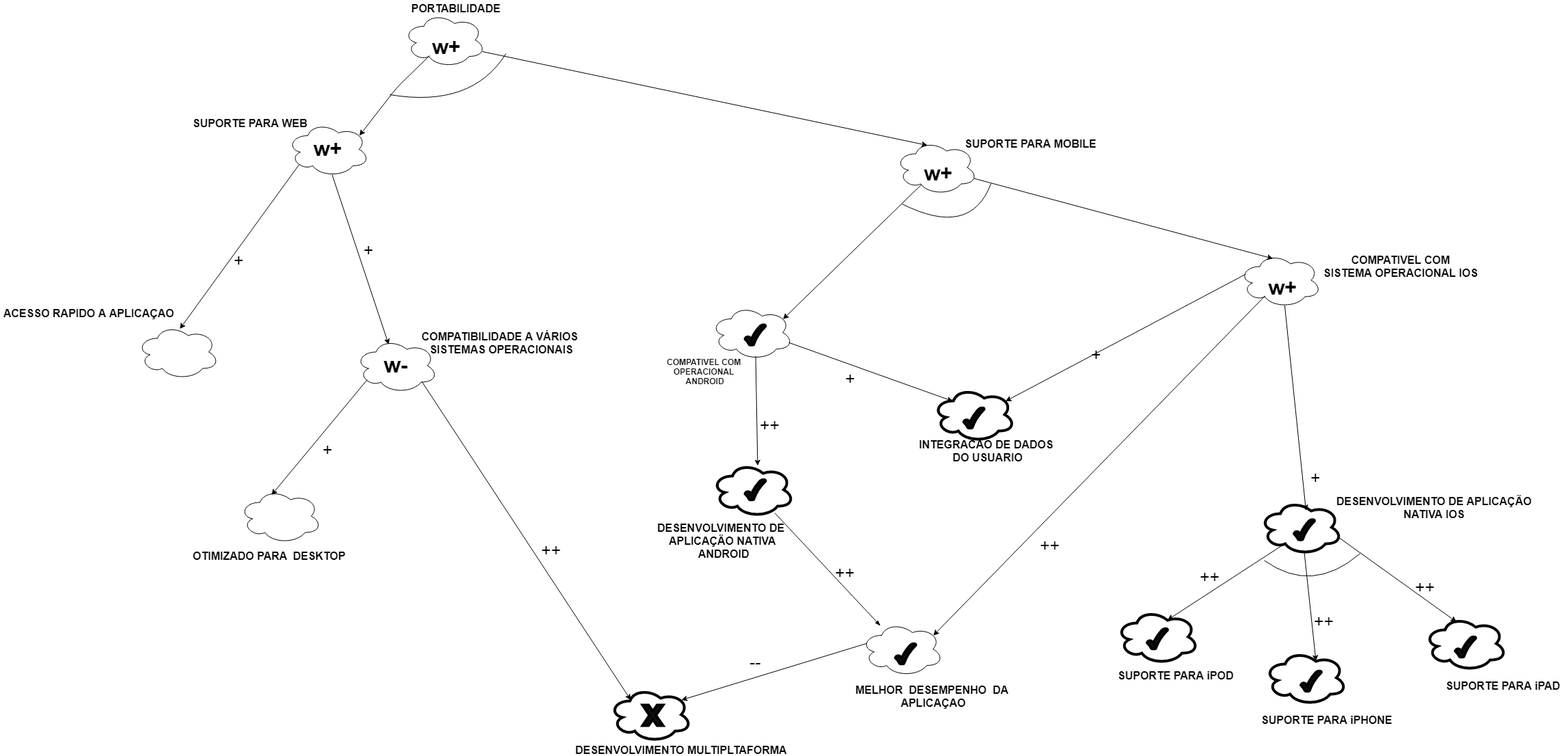
Before: NRF_Istar/Portabilidade.png, a diagram exported from draw.io (Andre-Eduardo/2019.1-Requisitos-Moovit). Source tidied: cells renumbered, new cells last; positions are measured from the earlier drawing's top-left corner, leaving out a move shared by most shapes.
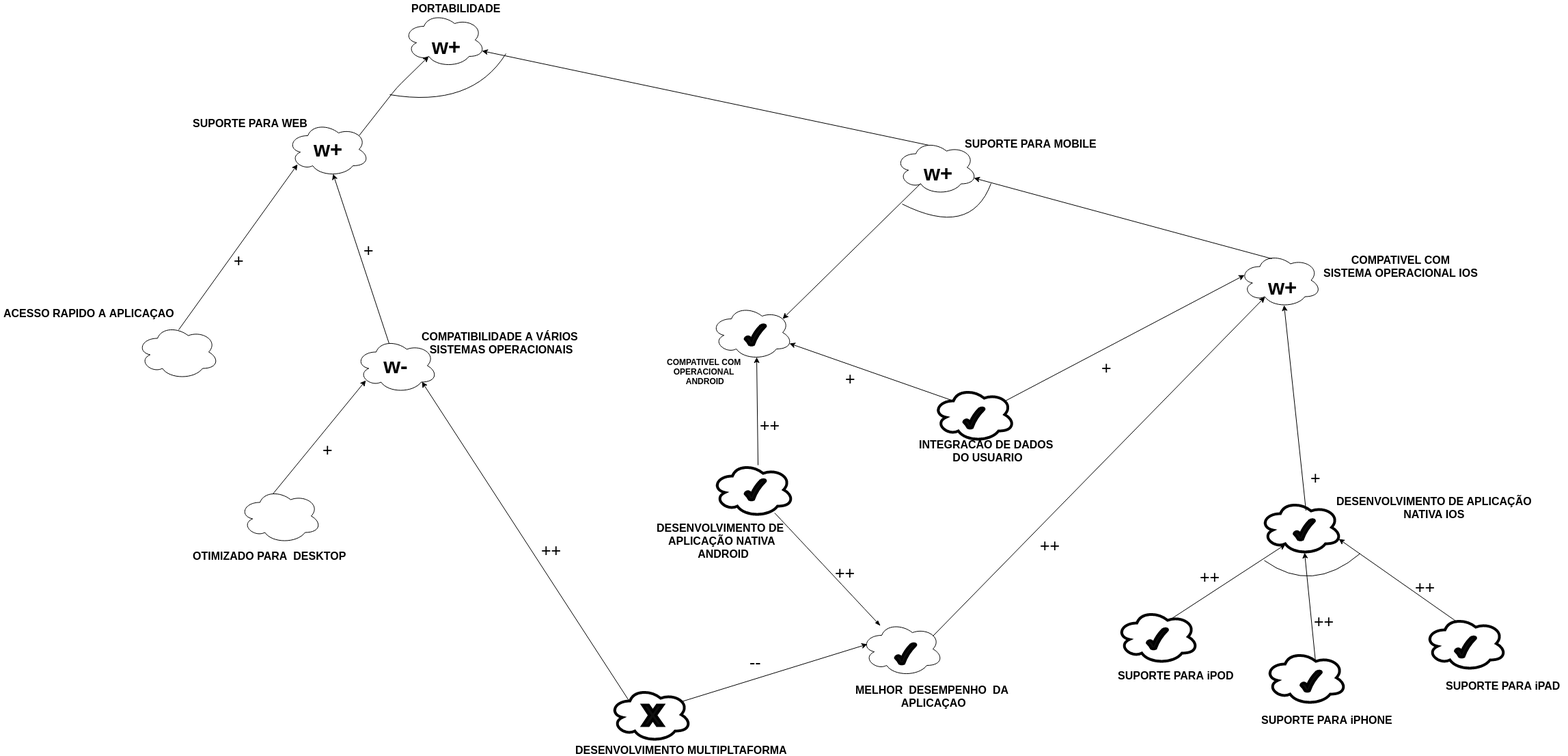
The same file after the commit.

Diff of the diagram source:
```diff
@@ -95,49 +95,49 @@
     <mxCell id="32" value="&lt;div style=&quot;text-align: center ; font-size: 16px&quot;&gt;&lt;b&gt;&lt;font style=&quot;font-size: 16px&quot;&gt;INTEGRACAO DE DADOS&amp;nbsp;&lt;/font&gt;&lt;/b&gt;&lt;/div&gt;&lt;div style=&quot;text-align: center ; font-size: 16px&quot;&gt;&lt;b&gt;&lt;font style=&quot;font-size: 16px&quot;&gt;DO USUARIO&lt;/font&gt;&lt;/b&gt;&lt;/div&gt;" style="text;align=center;verticalAlign=middle;spacingTop=-4;html=1;" parent="1" vertex="1">
       <mxGeometry x="1335" y="646" width="220" height="30" as="geometry" />
     </mxCell>
-    <mxCell id="33" style="endArrow=classic;html=1;exitX=0.31;exitY=0.8;exitDx=0;exitDy=0;exitPerimeter=0;entryX=0.88;entryY=0.25;entryDx=0;entryDy=0;entryPerimeter=0;" parent="1" edge="1" source="2" target="14">
+    <mxCell id="33" style="endArrow=classic;html=1;exitX=0.88;exitY=0.25;exitDx=0;exitDy=0;exitPerimeter=0;entryX=0.31;entryY=0.8;entryDx=0;entryDy=0;entryPerimeter=0;" parent="1" edge="1" source="14" target="2">
       <mxGeometry relative="1" as="geometry">
         <Array as="points">
           <mxPoint x="580" y="128" />
         </Array>
       </mxGeometry>
     </mxCell>
-    <mxCell id="34" style="endArrow=classic;html=1;entryX=0.4;entryY=0.1;entryDx=0;entryDy=0;entryPerimeter=0;exitX=0.96;exitY=0.7;exitDx=0;exitDy=0;exitPerimeter=0;" parent="1" edge="1" source="2" target="3">
+    <mxCell id="34" style="endArrow=classic;html=1;entryX=0.96;entryY=0.7;entryDx=0;entryDy=0;entryPerimeter=0;exitX=0.4;exitY=0.1;exitDx=0;exitDy=0;exitPerimeter=0;" parent="1" edge="1" source="3" target="2">
       <mxGeometry relative="1" as="geometry" />
     </mxCell>
-    <mxCell id="35" style="endArrow=classic;html=1;entryX=0.511;entryY=0.09;entryDx=0;entryDy=0;entryPerimeter=0;exitX=0.13;exitY=0.77;exitDx=0;exitDy=0;exitPerimeter=0;" parent="1" edge="1" source="14" target="18">
+    <mxCell id="35" style="endArrow=classic;html=1;entryX=0.13;entryY=0.77;entryDx=0;entryDy=0;entryPerimeter=0;exitX=0.511;exitY=0.09;exitDx=0;exitDy=0;exitPerimeter=0;" parent="1" edge="1" source="18" target="14">
       <mxGeometry relative="1" as="geometry" />
     </mxCell>
-    <mxCell id="36" style="endArrow=classic;html=1;entryX=0.4;entryY=0.1;entryDx=0;entryDy=0;entryPerimeter=0;exitX=0.55;exitY=0.95;exitDx=0;exitDy=0;exitPerimeter=0;" parent="1" edge="1" source="14" target="16">
+    <mxCell id="36" style="endArrow=classic;html=1;entryX=0.55;entryY=0.95;entryDx=0;entryDy=0;entryPerimeter=0;exitX=0.4;exitY=0.1;exitDx=0;exitDy=0;exitPerimeter=0;" parent="1" edge="1" source="16" target="14">
       <mxGeometry relative="1" as="geometry" />
     </mxCell>
-    <mxCell id="37" style="endArrow=classic;html=1;entryX=0.4;entryY=0.1;entryDx=0;entryDy=0;entryPerimeter=0;exitX=0.13;exitY=0.77;exitDx=0;exitDy=0;exitPerimeter=0;" parent="1" edge="1" source="16" target="17">
+    <mxCell id="37" style="endArrow=classic;html=1;entryX=0.13;entryY=0.77;entryDx=0;entryDy=0;entryPerimeter=0;exitX=0.4;exitY=0.1;exitDx=0;exitDy=0;exitPerimeter=0;" parent="1" edge="1" source="17" target="16">
       <mxGeometry relative="1" as="geometry" />
     </mxCell>
-    <mxCell id="38" style="endArrow=classic;html=1;entryX=0.88;entryY=0.25;entryDx=0;entryDy=0;entryPerimeter=0;exitX=0.07;exitY=0.4;exitDx=0;exitDy=0;exitPerimeter=0;" parent="1" edge="1" source="4" target="15">
+    <mxCell id="38" style="endArrow=classic;html=1;entryX=0.07;entryY=0.4;entryDx=0;entryDy=0;entryPerimeter=0;exitX=0.88;exitY=0.25;exitDx=0;exitDy=0;exitPerimeter=0;" parent="1" edge="1" source="15" target="4">
       <mxGeometry relative="1" as="geometry" />
     </mxCell>
     <mxCell id="39" style="endArrow=classic;html=1;entryX=0.88;entryY=0.25;entryDx=0;entryDy=0;entryPerimeter=0;exitX=0.31;exitY=0.8;exitDx=0;exitDy=0;exitPerimeter=0;" parent="1" edge="1" source="3" target="9">
       <mxGeometry relative="1" as="geometry" />
     </mxCell>
-    <mxCell id="40" style="endArrow=classic;html=1;entryX=0.4;entryY=0.1;entryDx=0;entryDy=0;entryPerimeter=0;exitX=0.96;exitY=0.7;exitDx=0;exitDy=0;exitPerimeter=0;" parent="1" edge="1" source="3" target="4">
+    <mxCell id="40" style="endArrow=classic;html=1;entryX=0.96;entryY=0.7;entryDx=0;entryDy=0;entryPerimeter=0;exitX=0.4;exitY=0.1;exitDx=0;exitDy=0;exitPerimeter=0;" parent="1" edge="1" source="4" target="3">
       <mxGeometry relative="1" as="geometry" />
     </mxCell>
-    <mxCell id="41" style="endArrow=classic;html=1;exitX=0.55;exitY=0.95;exitDx=0;exitDy=0;exitPerimeter=0;entryX=0.558;entryY=0.044;entryDx=0;entryDy=0;entryPerimeter=0;" parent="1" edge="1" source="9" target="11">
+    <mxCell id="41" style="endArrow=classic;html=1;exitX=0.558;exitY=0.044;exitDx=0;exitDy=0;exitPerimeter=0;entryX=0.55;entryY=0.95;entryDx=0;entryDy=0;entryPerimeter=0;" parent="1" edge="1" source="11" target="9">
       <mxGeometry relative="1" as="geometry" />
     </mxCell>
-    <mxCell id="42" style="endArrow=classic;html=1;entryX=0.625;entryY=0.2;entryDx=0;entryDy=0;entryPerimeter=0;exitX=0.31;exitY=0.8;exitDx=0;exitDy=0;exitPerimeter=0;" parent="1" edge="1" source="5" target="6">
+    <mxCell id="42" style="endArrow=classic;html=1;entryX=0.31;entryY=0.8;entryDx=0;entryDy=0;entryPerimeter=0;exitX=0.625;exitY=0.2;exitDx=0;exitDy=0;exitPerimeter=0;" parent="1" edge="1" source="6" target="5">
       <mxGeometry relative="1" as="geometry" />
     </mxCell>
-    <mxCell id="43" style="endArrow=classic;html=1;exitX=0.55;exitY=0.95;exitDx=0;exitDy=0;exitPerimeter=0;entryX=0.625;entryY=0.2;entryDx=0;entryDy=0;entryPerimeter=0;" parent="1" edge="1" source="5" target="8">
+    <mxCell id="43" style="endArrow=classic;html=1;exitX=0.625;exitY=0.2;exitDx=0;exitDy=0;exitPerimeter=0;entryX=0.55;entryY=0.95;entryDx=0;entryDy=0;entryPerimeter=0;" parent="1" edge="1" source="8" target="5">
       <mxGeometry relative="1" as="geometry" />
     </mxCell>
-    <mxCell id="44" style="endArrow=classic;html=1;entryX=0.4;entryY=0.1;entryDx=0;entryDy=0;entryPerimeter=0;exitX=0.96;exitY=0.7;exitDx=0;exitDy=0;exitPerimeter=0;" parent="1" edge="1" source="5" target="7">
+    <mxCell id="44" style="endArrow=classic;html=1;entryX=0.96;entryY=0.7;entryDx=0;entryDy=0;entryPerimeter=0;exitX=0.4;exitY=0.1;exitDx=0;exitDy=0;exitPerimeter=0;" parent="1" edge="1" source="7" target="5">
       <mxGeometry relative="1" as="geometry" />
     </mxCell>
-    <mxCell id="45" style="endArrow=classic;html=1;exitX=0.55;exitY=0.95;exitDx=0;exitDy=0;exitPerimeter=0;" parent="1" edge="1" source="4">
+    <mxCell id="45" style="endArrow=classic;html=1;exitX=0.55;exitY=0.95;exitDx=0;exitDy=0;exitPerimeter=0;entryX=0.55;entryY=0.95;entryDx=0;entryDy=0;entryPerimeter=0;" parent="1" edge="1" target="4">
       <mxGeometry relative="1" as="geometry">
-        <mxPoint x="1911" y="746.5" as="targetPoint" />
+        <mxPoint x="1911" y="746.5" as="sourcePoint" />
       </mxGeometry>
     </mxCell>
     <mxCell id="46" style="endArrow=none;html=1;jumpStyle=arc;jumpSize=18;curved=1;endFill=0;" parent="1" edge="1">
@@ -158,7 +158,7 @@
         </Array>
       </mxGeometry>
     </mxCell>
-    <mxCell id="48" style="endArrow=classic;html=1;entryX=0.25;entryY=0.25;entryDx=0;entryDy=0;entryPerimeter=0;exitX=0.96;exitY=0.7;exitDx=0;exitDy=0;exitPerimeter=0;" parent="1" edge="1" source="9" target="15">
+    <mxCell id="48" style="endArrow=classic;html=1;entryX=0.96;entryY=0.7;entryDx=0;entryDy=0;entryPerimeter=0;exitX=0.25;exitY=0.25;exitDx=0;exitDy=0;exitPerimeter=0;" parent="1" edge="1" source="15" target="9">
       <mxGeometry relative="1" as="geometry" />
     </mxCell>
     <mxCell id="49" style="endArrow=none;html=1;jumpStyle=arc;jumpSize=18;curved=1;endFill=0;" parent="1" edge="1">
@@ -183,7 +183,7 @@
       <mxGeometry x="1915.5" y="681" width="30" height="20" as="geometry" />
     </mxCell>
     <mxCell id="54" value="&lt;div style=&quot;text-align: center&quot;&gt;&lt;span style=&quot;font-size: 25px&quot;&gt;+&lt;/span&gt;&lt;/div&gt;" style="text;html=1;align=left;verticalAlign=top;spacingTop=-4;" parent="1" vertex="1">
-      <mxGeometry x="1595" y="501" width="30" height="20" as="geometry" />
+      <mxGeometry x="1610" y="519.5" width="30" height="20" as="geometry" />
     </mxCell>
     <mxCell id="55" value="&lt;div style=&quot;text-align: center&quot;&gt;&lt;span style=&quot;font-size: 25px&quot;&gt;+&lt;/span&gt;&lt;/div&gt;" style="text;html=1;align=left;verticalAlign=top;spacingTop=-4;" parent="1" vertex="1">
       <mxGeometry x="1235" y="536" width="30" height="20" as="geometry" />
@@ -206,13 +206,13 @@
     <mxCell id="61" value="&lt;div style=&quot;text-align: center ; font-size: 16px&quot;&gt;&lt;b&gt;&lt;font style=&quot;font-size: 16px&quot;&gt;MELHOR&amp;nbsp; DESEMPENHO&amp;nbsp; DA&lt;/font&gt;&lt;/b&gt;&lt;/div&gt;&lt;div style=&quot;text-align: center ; font-size: 16px&quot;&gt;&lt;b&gt;&lt;font style=&quot;font-size: 16px&quot;&gt;&amp;nbsp;APLICAÇAO&lt;/font&gt;&lt;/b&gt;&lt;/div&gt;" style="text;html=1;align=left;verticalAlign=top;spacingTop=-4;" parent="1" vertex="1">
       <mxGeometry x="1250" y="997" width="240" height="30" as="geometry" />
     </mxCell>
-    <mxCell id="62" style="endArrow=classic;html=1;exitX=0.31;exitY=0.8;exitDx=0;exitDy=0;exitPerimeter=0;entryX=0.88;entryY=0.25;entryDx=0;entryDy=0;entryPerimeter=0;" parent="1" edge="1" source="4" target="12">
+    <mxCell id="62" style="endArrow=classic;html=1;exitX=0.88;exitY=0.25;exitDx=0;exitDy=0;exitPerimeter=0;entryX=0.31;entryY=0.8;entryDx=0;entryDy=0;entryPerimeter=0;" parent="1" edge="1" source="12" target="4">
       <mxGeometry relative="1" as="geometry" />
     </mxCell>
-    <mxCell id="63" style="endArrow=classic;html=1;exitX=0.8;exitY=0.8;exitDx=0;exitDy=0;exitPerimeter=0;entryX=0.25;entryY=0.25;entryDx=0;entryDy=0;entryPerimeter=0;" parent="1" edge="1" source="16" target="13">
+    <mxCell id="63" style="endArrow=classic;html=1;exitX=0.25;exitY=0.25;exitDx=0;exitDy=0;exitPerimeter=0;entryX=0.8;entryY=0.8;entryDx=0;entryDy=0;entryPerimeter=0;" parent="1" edge="1" source="13" target="16">
       <mxGeometry relative="1" as="geometry" />
     </mxCell>
-    <mxCell id="64" style="endArrow=classic;html=1;exitX=0.07;exitY=0.4;exitDx=0;exitDy=0;exitPerimeter=0;entryX=0.88;entryY=0.25;entryDx=0;entryDy=0;entryPerimeter=0;" parent="1" edge="1" source="12" target="13">
+    <mxCell id="64" style="endArrow=classic;html=1;exitX=0.88;exitY=0.25;exitDx=0;exitDy=0;exitPerimeter=0;entryX=0.07;entryY=0.4;entryDx=0;entryDy=0;entryPerimeter=0;" parent="1" edge="1" source="13" target="12">
       <mxGeometry relative="1" as="geometry" />
     </mxCell>
     <mxCell id="65" value="&lt;div style=&quot;text-align: center&quot;&gt;&lt;span style=&quot;font-size: 25px&quot;&gt;++&lt;/span&gt;&lt;/div&gt;" style="text;html=1;align=left;verticalAlign=top;spacingTop=-4;" parent="1" vertex="1">
```
